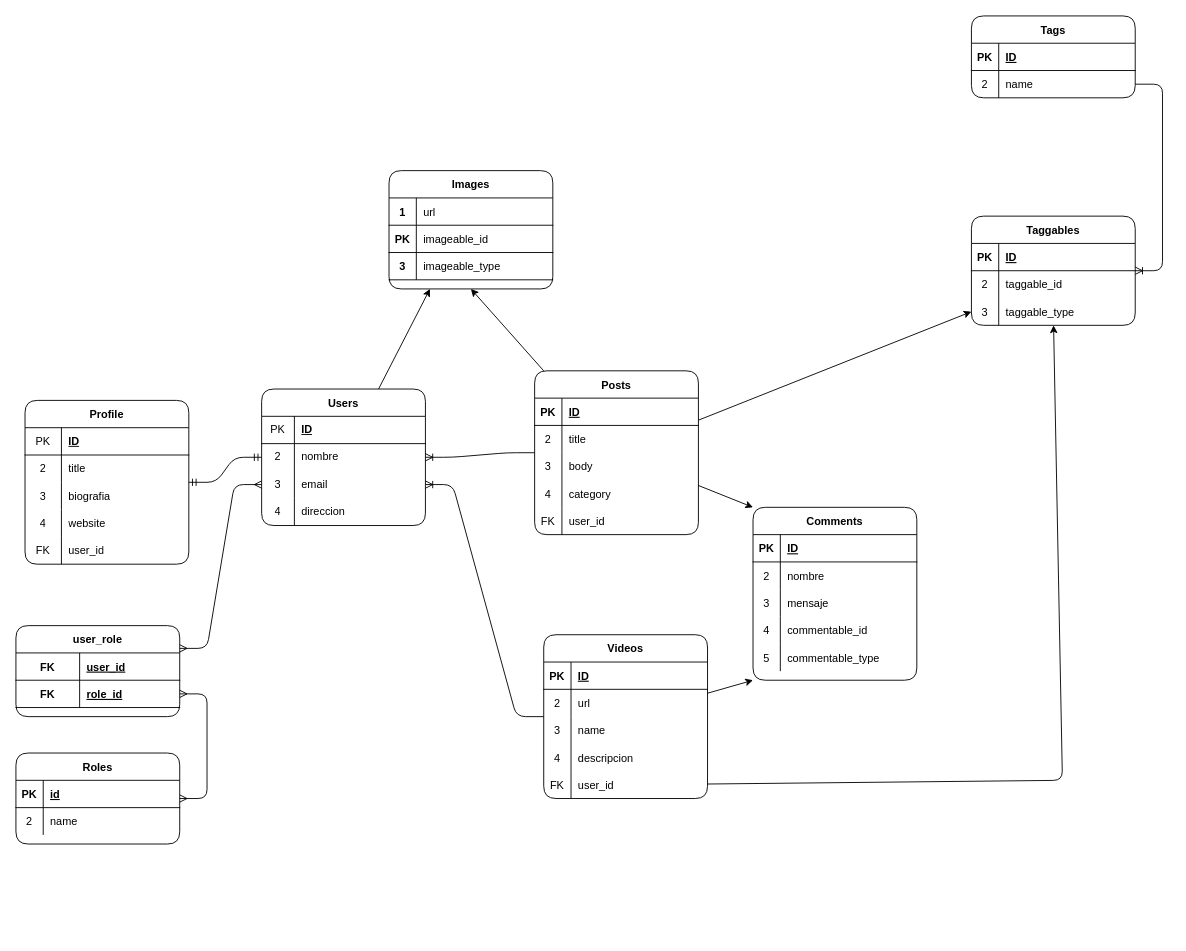
The draw.io diagram Diagramas/DiagramaDB.drawio in alansanchez96/PostsApp-Laravel, before the edit. Source tidied: cells renumbered, new cells numbered last; positions are measured from the earlier drawing's top-left corner, leaving out a move shared by most shapes. Both pictures are drawn from the tidied source at 91%, with x=0, y=0 at pixel (15, 15).
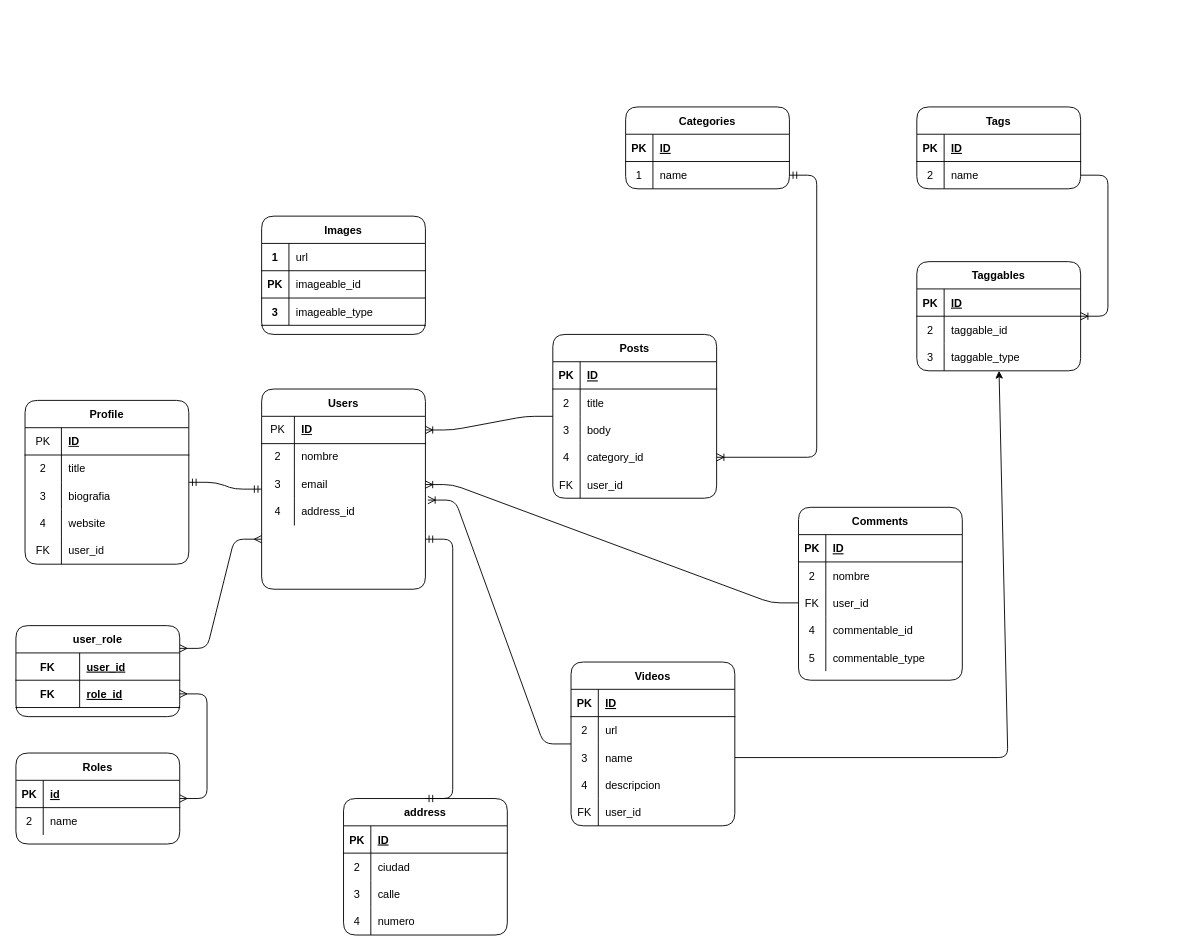
The same page after the edit.

Commit message:
Normalizando DiagramaDB

The change refers to these unchanged cells:
```xml
<mxCell id="12" value="user_role" style="shape=table;startSize=30;childLayout=tableLayout;rowLines=0;fontStyle=1;align=center;rounded=1;" parent="1" vertex="1">
  <mxGeometry y="670" width="180" height="100" as="geometry" />
</mxCell>
<mxCell id="38" style="shape=partialRectangle;fillColor=none;top=0;left=0;bottom=0;right=0;points=[[0,0.5],[1,0.5]];portConstraint=eastwest;rounded=1;" parent="31" vertex="1">
  <mxGeometry y="90" width="180" height="30" as="geometry" />
</mxCell>
<mxCell id="65" style="shape=partialRectangle;html=1;whiteSpace=wrap;fillColor=none;top=0;left=0;bottom=1;right=0;points=[[0,0.5],[1,0.5]];portConstraint=eastwest;rounded=1;" parent="64" vertex="1">
  <mxGeometry y="30" width="180" height="30" as="geometry" />
</mxCell>
<mxCell id="71" style="shape=partialRectangle;html=1;whiteSpace=wrap;fillColor=none;top=0;left=0;bottom=0;right=0;points=[[0,0.5],[1,0.5]];portConstraint=eastwest;rounded=1;" parent="64" vertex="1">
  <mxGeometry y="90" width="180" height="30" as="geometry" />
</mxCell>
<mxCell id="74" style="shape=partialRectangle;html=1;whiteSpace=wrap;fillColor=none;top=0;left=0;bottom=0;right=0;points=[[0,0.5],[1,0.5]];portConstraint=eastwest;rounded=1;" parent="64" vertex="1">
  <mxGeometry y="120" width="180" height="30" as="geometry" />
</mxCell>
<mxCell id="90" style="shape=partialRectangle;fillColor=none;top=0;left=0;bottom=0;right=0;points=[[0,0.5],[1,0.5]];portConstraint=eastwest;rounded=1;" parent="80" vertex="1">
  <mxGeometry y="120" width="180" height="30" as="geometry" />
</mxCell>
<mxCell id="104" style="shape=partialRectangle;fillColor=none;top=0;left=0;bottom=0;right=0;points=[[0,0.5],[1,0.5]];portConstraint=eastwest;rounded=1;" parent="97" vertex="1">
  <mxGeometry y="90" width="180" height="30" as="geometry" />
</mxCell>
<mxCell id="110" style="shape=partialRectangle;fillColor=none;top=0;left=0;bottom=0;right=0;points=[[0,0.5],[1,0.5]];portConstraint=eastwest;rounded=1;" parent="97" vertex="1">
  <mxGeometry y="150" width="180" height="30" as="geometry" />
</mxCell>
<mxCell id="127" style="shape=partialRectangle;fillColor=none;top=0;left=0;bottom=0;right=0;points=[[0,0.5],[1,0.5]];portConstraint=eastwest;rounded=1;" parent="120" vertex="1">
  <mxGeometry y="90" width="180" height="30" as="geometry" />
</mxCell>
```

Change to the diagram source:
```diff
@@
-    <mxCell id="3" style="edgeStyle=entityRelationEdgeStyle;fontSize=12;html=1;endArrow=ERoneToMany;rounded=1;" parent="1" edge="1" source="80" target="64">
+    <mxCell id="3" style="edgeStyle=entityRelationEdgeStyle;fontSize=12;html=1;endArrow=ERoneToMany;rounded=1;entryX=1;entryY=0.5;entryDx=0;entryDy=0;" parent="1" edge="1" source="80" target="65">
       <mxGeometry relative="1" as="geometry" />
     </mxCell>
-    <mxCell id="4" style="edgeStyle=entityRelationEdgeStyle;fontSize=12;html=1;endArrow=ERoneToMany;rounded=1;" parent="1" edge="1" source="97" target="71">
+    <mxCell id="4" style="edgeStyle=entityRelationEdgeStyle;fontSize=12;html=1;endArrow=ERoneToMany;rounded=1;entryX=1.015;entryY=0.068;entryDx=0;entryDy=0;entryPerimeter=0;" parent="1" edge="1" source="97" target="74">
       <mxGeometry relative="1" as="geometry" />
     </mxCell>
@@
-    <mxCell id="20" style="edgeStyle=entityRelationEdgeStyle;fontSize=12;html=1;endArrow=ERmany;startArrow=ERmany;rounded=1;exitX=1;exitY=0.25;exitDx=0;exitDy=0;" parent="1" edge="1" source="12" target="71">
+    <mxCell id="20" style="edgeStyle=entityRelationEdgeStyle;fontSize=12;html=1;endArrow=ERmany;startArrow=ERmany;rounded=1;exitX=1;exitY=0.25;exitDx=0;exitDy=0;entryX=0;entryY=0.75;entryDx=0;entryDy=0;" parent="1" edge="1" source="12" target="64">
       <mxGeometry relative="1" as="geometry" />
     </mxCell>
     <mxCell id="21" value="Images" style="shape=table;startSize=30;childLayout=tableLayout;rowLines=0;fontStyle=1;align=center;rounded=1;" parent="1" vertex="1">
-      <mxGeometry x="410" y="170" width="180" height="130" as="geometry" />
+      <mxGeometry x="270" y="220" width="180" height="130" as="geometry" />
     </mxCell>
@@
     <mxCell id="31" value="Comments" style="shape=table;startSize=30;childLayout=tableLayout;rowLines=0;fontStyle=1;align=center;rounded=1;" parent="1" vertex="1">
-      <mxGeometry x="810" y="540" width="180" height="190" as="geometry" />
+      <mxGeometry x="860" y="540" width="180" height="190" as="geometry" />
     </mxCell>
@@
-    <mxCell id="39" value="3" style="shape=partialRectangle;fillColor=none;top=0;left=0;bottom=0;right=0;overflow=hidden;rounded=1;" parent="38" vertex="1">
+    <mxCell id="39" value="FK" style="shape=partialRectangle;fillColor=none;top=0;left=0;bottom=0;right=0;overflow=hidden;rounded=1;" parent="38" vertex="1">
       <mxGeometry width="30" height="30" as="geometry" />
     </mxCell>
-    <mxCell id="40" value="mensaje" style="shape=partialRectangle;fillColor=none;top=0;left=0;bottom=0;right=0;align=left;spacingLeft=6;overflow=hidden;rounded=1;" parent="38" vertex="1">
+    <mxCell id="40" value="user_id" style="shape=partialRectangle;fillColor=none;top=0;left=0;bottom=0;right=0;align=left;spacingLeft=6;overflow=hidden;rounded=1;" parent="38" vertex="1">
       <mxGeometry x="30" width="150" height="30" as="geometry" />
     </mxCell>
@@
-    <mxCell id="63" style="edgeStyle=none;rounded=1;html=1;entryX=0.25;entryY=1;entryDx=0;entryDy=0;" parent="1" edge="1" source="64" target="21">
-      <mxGeometry relative="1" as="geometry" />
-    </mxCell>
     <mxCell id="64" value="Users" style="shape=table;startSize=30;childLayout=tableLayout;rowLines=0;fontStyle=1;align=center;rounded=1;" parent="1" vertex="1">
-      <mxGeometry x="270" y="410" width="180" height="150" as="geometry" />
+      <mxGeometry x="270" y="410" width="180" height="220" as="geometry" />
     </mxCell>
@@
-    <mxCell id="76" value="direccion" style="shape=partialRectangle;html=1;whiteSpace=wrap;fillColor=none;top=0;left=0;bottom=0;right=0;align=left;spacingLeft=6;overflow=hidden;rounded=1;" parent="74" vertex="1">
+    <mxCell id="76" value="address_id" style="shape=partialRectangle;html=1;whiteSpace=wrap;fillColor=none;top=0;left=0;bottom=0;right=0;align=left;spacingLeft=6;overflow=hidden;rounded=1;" parent="74" vertex="1">
       <mxGeometry x="36" width="144" height="30" as="geometry" />
     </mxCell>
-    <mxCell id="77" style="edgeStyle=none;rounded=1;html=1;entryX=0;entryY=0;entryDx=0;entryDy=0;" parent="1" edge="1" source="80" target="31">
-      <mxGeometry relative="1" as="geometry" />
-    </mxCell>
-    <mxCell id="78" style="edgeStyle=none;rounded=1;html=1;entryX=0.5;entryY=1;entryDx=0;entryDy=0;" parent="1" edge="1" source="80" target="21">
-      <mxGeometry relative="1" as="geometry" />
-    </mxCell>
-    <mxCell id="79" style="edgeStyle=none;rounded=1;html=1;entryX=0;entryY=0.5;entryDx=0;entryDy=0;" parent="1" edge="1" source="80" target="127">
-      <mxGeometry relative="1" as="geometry" />
-    </mxCell>
     <mxCell id="80" value="Posts" style="shape=table;startSize=30;childLayout=tableLayout;rowLines=0;fontStyle=1;align=center;rounded=1;" parent="1" vertex="1">
-      <mxGeometry x="570" y="390" width="180" height="180" as="geometry" />
+      <mxGeometry x="590" y="350" width="180" height="180" as="geometry" />
     </mxCell>
@@
-    <mxCell id="92" value="category" style="shape=partialRectangle;fillColor=none;top=0;left=0;bottom=0;right=0;align=left;spacingLeft=6;overflow=hidden;rounded=1;" parent="90" vertex="1">
+    <mxCell id="92" value="category_id" style="shape=partialRectangle;fillColor=none;top=0;left=0;bottom=0;right=0;align=left;spacingLeft=6;overflow=hidden;rounded=1;" parent="90" vertex="1">
       <mxGeometry x="30" width="150" height="30" as="geometry" />
     </mxCell>
@@
-    <mxCell id="96" style="edgeStyle=none;rounded=1;html=1;entryX=0;entryY=1;entryDx=0;entryDy=0;" parent="1" edge="1" source="97" target="31">
-      <mxGeometry relative="1" as="geometry" />
-    </mxCell>
     <mxCell id="97" value="Videos" style="shape=table;startSize=30;childLayout=tableLayout;rowLines=0;fontStyle=1;align=center;rounded=1;" parent="1" vertex="1">
-      <mxGeometry x="580" y="680" width="180" height="180" as="geometry" />
+      <mxGeometry x="610" y="710" width="180" height="180" as="geometry" />
     </mxCell>
@@
     <mxCell id="113" value="Tags" style="shape=table;startSize=30;childLayout=tableLayout;rowLines=0;fontStyle=1;align=center;rounded=1;" parent="1" vertex="1">
-      <mxGeometry x="1050" width="180" height="90" as="geometry" />
+      <mxGeometry x="990" y="100" width="180" height="90" as="geometry" />
     </mxCell>
@@
     <mxCell id="120" value="Taggables" style="shape=table;startSize=30;childLayout=tableLayout;rowLines=0;fontStyle=1;align=center;rounded=1;" parent="1" vertex="1">
-      <mxGeometry x="1050" y="220" width="180" height="120" as="geometry" />
+      <mxGeometry x="990" y="270" width="180" height="120" as="geometry" />
     </mxCell>
@@
-    <mxCell id="131" style="edgeStyle=none;rounded=1;html=1;" parent="1" edge="1" source="110" target="127">
+    <mxCell id="131" style="edgeStyle=none;rounded=1;html=1;exitX=1;exitY=0.5;exitDx=0;exitDy=0;" parent="1" edge="1" source="104" target="127">
       <mxGeometry relative="1" as="geometry">
         <Array as="points">
-          <mxPoint x="1150" y="840" />
+          <mxPoint x="1090" y="815" />
         </Array>
       </mxGeometry>
     </mxCell>
+    <mxCell id="132" style="edgeStyle=entityRelationEdgeStyle;fontSize=12;html=1;endArrow=ERoneToMany;rounded=1;exitX=0;exitY=0.5;exitDx=0;exitDy=0;entryX=1;entryY=0.5;entryDx=0;entryDy=0;" parent="1" edge="1" source="38" target="71">
+      <mxGeometry relative="1" as="geometry" />
+    </mxCell>
+    <mxCell id="133" value="address" style="shape=table;startSize=30;childLayout=tableLayout;rowLines=0;fontStyle=1;align=center;rounded=1;" parent="1" vertex="1">
+      <mxGeometry x="360" y="860" width="180" height="150" as="geometry" />
+    </mxCell>
+    <mxCell id="134" style="shape=partialRectangle;fillColor=none;top=0;left=0;bottom=1;right=0;rounded=1;" parent="133" vertex="1">
+      <mxGeometry y="30" width="180" height="30" as="geometry" />
+    </mxCell>
+    <mxCell id="135" value="PK" style="shape=partialRectangle;fillColor=none;top=0;left=0;bottom=0;right=0;fontStyle=1;overflow=hidden;rounded=1;" parent="134" vertex="1">
+      <mxGeometry width="30" height="30" as="geometry" />
+    </mxCell>
+    <mxCell id="136" value="ID" style="shape=partialRectangle;fillColor=none;top=0;left=0;bottom=0;right=0;align=left;spacingLeft=6;fontStyle=5;overflow=hidden;rounded=1;" parent="134" vertex="1">
+      <mxGeometry x="30" width="150" height="30" as="geometry" />
+    </mxCell>
+    <mxCell id="137" style="shape=partialRectangle;fillColor=none;top=0;left=0;bottom=0;right=0;rounded=1;" parent="133" vertex="1">
+      <mxGeometry y="60" width="180" height="30" as="geometry" />
+    </mxCell>
+    <mxCell id="138" value="2" style="shape=partialRectangle;fillColor=none;top=0;left=0;bottom=0;right=0;overflow=hidden;rounded=1;" parent="137" vertex="1">
+      <mxGeometry width="30" height="30" as="geometry" />
+    </mxCell>
+    <mxCell id="139" value="ciudad" style="shape=partialRectangle;fillColor=none;top=0;left=0;bottom=0;right=0;align=left;spacingLeft=6;overflow=hidden;rounded=1;" parent="137" vertex="1">
+      <mxGeometry x="30" width="150" height="30" as="geometry" />
+    </mxCell>
+    <mxCell id="140" style="shape=partialRectangle;fillColor=none;top=0;left=0;bottom=0;right=0;rounded=1;" parent="133" vertex="1">
+      <mxGeometry y="90" width="180" height="30" as="geometry" />
+    </mxCell>
+    <mxCell id="141" value="3" style="shape=partialRectangle;fillColor=none;top=0;left=0;bottom=0;right=0;overflow=hidden;rounded=1;" parent="140" vertex="1">
+      <mxGeometry width="30" height="30" as="geometry" />
+    </mxCell>
+    <mxCell id="142" value="calle" style="shape=partialRectangle;fillColor=none;top=0;left=0;bottom=0;right=0;align=left;spacingLeft=6;overflow=hidden;rounded=1;" parent="140" vertex="1">
+      <mxGeometry x="30" width="150" height="30" as="geometry" />
+    </mxCell>
+    <mxCell id="143" style="shape=partialRectangle;fillColor=none;top=0;left=0;bottom=0;right=0;rounded=1;" parent="133" vertex="1">
+      <mxGeometry y="120" width="180" height="30" as="geometry" />
+    </mxCell>
+    <mxCell id="144" value="4" style="shape=partialRectangle;fillColor=none;top=0;left=0;bottom=0;right=0;overflow=hidden;rounded=1;" parent="143" vertex="1">
+      <mxGeometry width="30" height="30" as="geometry" />
+    </mxCell>
+    <mxCell id="145" value="numero" style="shape=partialRectangle;fillColor=none;top=0;left=0;bottom=0;right=0;align=left;spacingLeft=6;overflow=hidden;rounded=1;" parent="143" vertex="1">
+      <mxGeometry x="30" width="150" height="30" as="geometry" />
+    </mxCell>
+    <mxCell id="146" style="edgeStyle=entityRelationEdgeStyle;fontSize=12;html=1;endArrow=ERmandOne;startArrow=ERmandOne;rounded=1;exitX=0.5;exitY=0;exitDx=0;exitDy=0;entryX=1;entryY=0.75;entryDx=0;entryDy=0;" parent="1" edge="1" source="133" target="64">
+      <mxGeometry relative="1" as="geometry" />
+    </mxCell>
+    <mxCell id="147" value="Categories" style="shape=table;startSize=30;childLayout=tableLayout;rowLines=0;fontStyle=1;align=center;rounded=1;" parent="1" vertex="1">
+      <mxGeometry x="670" y="100" width="180" height="90" as="geometry" />
+    </mxCell>
+    <mxCell id="148" style="shape=partialRectangle;fillColor=none;top=0;left=0;bottom=1;right=0;rounded=1;" parent="147" vertex="1">
+      <mxGeometry y="30" width="180" height="30" as="geometry" />
+    </mxCell>
+    <mxCell id="149" value="PK" style="shape=partialRectangle;fillColor=none;top=0;left=0;bottom=0;right=0;fontStyle=1;overflow=hidden;rounded=1;" parent="148" vertex="1">
+      <mxGeometry width="30" height="30" as="geometry" />
+    </mxCell>
+    <mxCell id="150" value="ID" style="shape=partialRectangle;fillColor=none;top=0;left=0;bottom=0;right=0;align=left;spacingLeft=6;fontStyle=5;overflow=hidden;rounded=1;" parent="148" vertex="1">
+      <mxGeometry x="30" width="150" height="30" as="geometry" />
+    </mxCell>
+    <mxCell id="151" style="shape=partialRectangle;fillColor=none;top=0;left=0;bottom=0;right=0;points=[[0,0.5],[1,0.5]];portConstraint=eastwest;rounded=1;" parent="147" vertex="1">
+      <mxGeometry y="60" width="180" height="30" as="geometry" />
+    </mxCell>
+    <mxCell id="152" value="1" style="shape=partialRectangle;fillColor=none;top=0;left=0;bottom=0;right=0;overflow=hidden;rounded=1;" parent="151" vertex="1">
+      <mxGeometry width="30" height="30" as="geometry" />
+    </mxCell>
+    <mxCell id="153" value="name" style="shape=partialRectangle;fillColor=none;top=0;left=0;bottom=0;right=0;align=left;spacingLeft=6;overflow=hidden;rounded=1;" parent="151" vertex="1">
+      <mxGeometry x="30" width="150" height="30" as="geometry" />
+    </mxCell>
+    <mxCell id="154" style="edgeStyle=entityRelationEdgeStyle;fontSize=12;html=1;endArrow=ERoneToMany;startArrow=ERmandOne;rounded=1;entryX=1;entryY=0.5;entryDx=0;entryDy=0;" parent="1" edge="1" source="151" target="90">
+      <mxGeometry relative="1" as="geometry" />
+    </mxCell>
```
